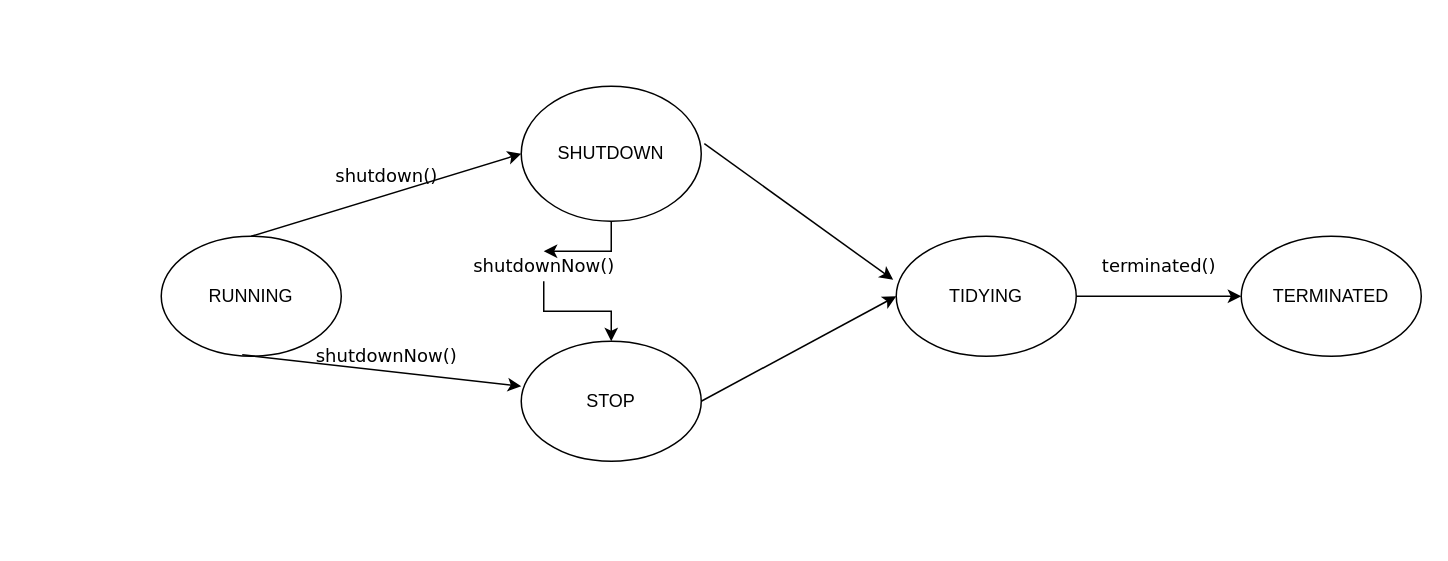
sKyanfIre/uml keeps this draw.io diagram as Untitled Diagram.drawio. Above is the earlier version. Source tidied: cells renumbered, new cells numbered last; positions are measured from the earlier drawing's top-left corner, leaving out a move shared by most shapes. Both pictures are drawn from the tidied source at 150%, with x=0, y=0 at pixel (160, 86).
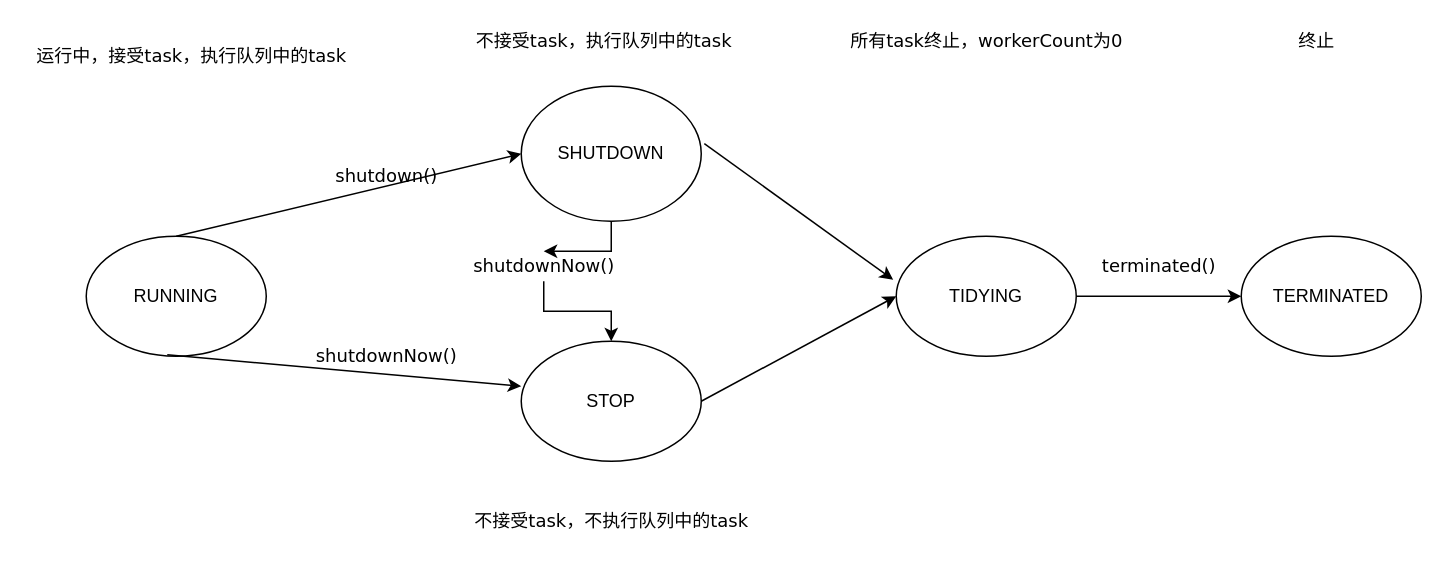
The same diagram, later.

Commit message (it also covers changes not shown here):
线程池状态机

What changed in the source:
```diff
@@
     <mxCell id="2" value="RUNNING" style="ellipse;whiteSpace=wrap;html=1;" parent="1" vertex="1">
-      <mxGeometry y="100" width="120" height="80" as="geometry" />
+      <mxGeometry x="-50" y="100" width="120" height="80" as="geometry" />
     </mxCell>
@@
+    <mxCell id="18" value="不接受task，执行队列中的task" style="text;html=1;align=center;verticalAlign=middle;fillColor=none;strokeColor=none;rounded=0;fontFamily=Verdana;" parent="1" vertex="1">
+      <mxGeometry x="200" y="-40" width="190" height="20" as="geometry" />
+    </mxCell>
+    <mxCell id="19" value="不接受task，不执行队列中的task" style="text;html=1;align=center;verticalAlign=middle;fillColor=none;strokeColor=none;rounded=0;fontFamily=Verdana;" parent="1" vertex="1">
+      <mxGeometry x="200" y="280" width="200" height="20" as="geometry" />
+    </mxCell>
+    <mxCell id="20" value="所有task终止，workerCount为0" style="text;html=1;align=center;verticalAlign=middle;fillColor=none;strokeColor=none;rounded=0;fontFamily=Verdana;" parent="1" vertex="1">
+      <mxGeometry x="450" y="-40" width="200" height="20" as="geometry" />
+    </mxCell>
+    <mxCell id="21" value="终止" style="text;html=1;align=center;verticalAlign=middle;fillColor=none;strokeColor=none;rounded=0;fontFamily=Verdana;" parent="1" vertex="1">
+      <mxGeometry x="750" y="-40" width="40" height="20" as="geometry" />
+    </mxCell>
+    <mxCell id="22" value="运行中，接受task，执行队列中的task" style="text;html=1;align=center;verticalAlign=middle;fillColor=none;strokeColor=none;rounded=0;fontFamily=Verdana;" parent="1" vertex="1">
+      <mxGeometry x="-90" y="-30" width="220" height="20" as="geometry" />
+    </mxCell>
```
